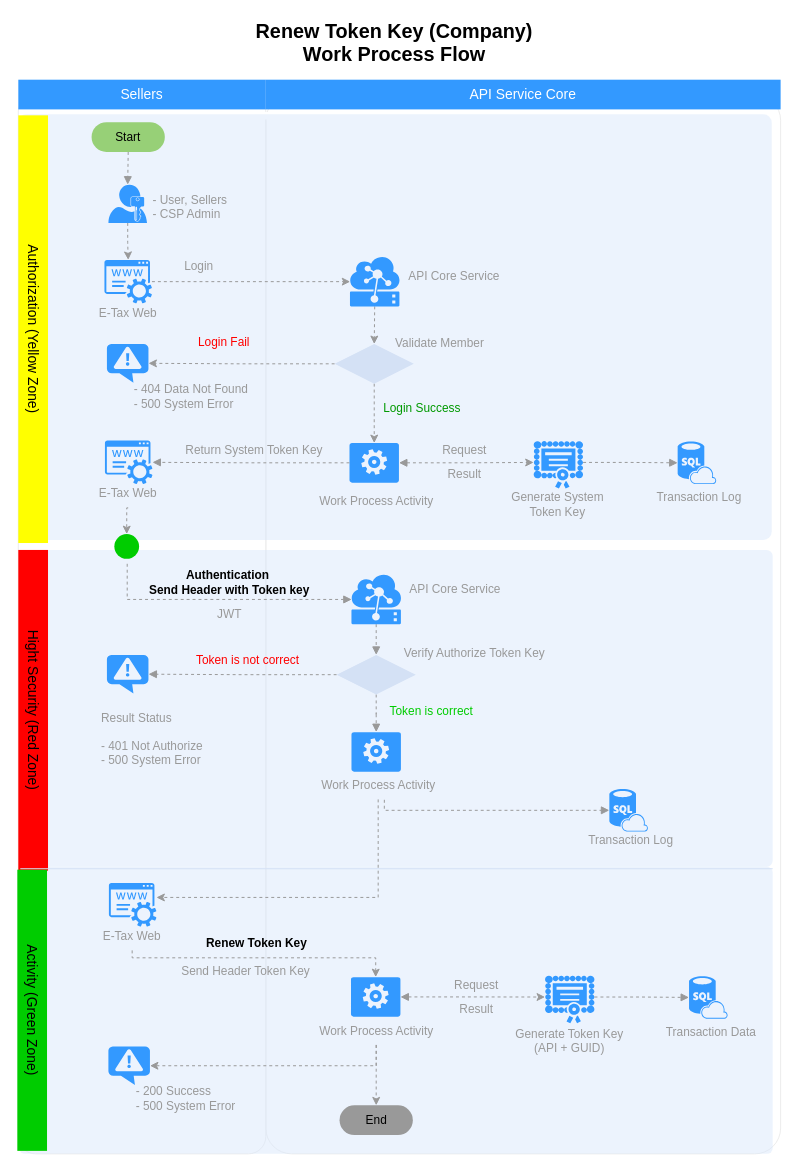
nirawat/eTax keeps this draw.io diagram as Register Renew Token-Key.drawio. Above is the earlier version. Source tidied: cells renumbered, new cells numbered last; positions are measured from the earlier drawing's top-left corner, leaving out a move shared by most shapes. Both pictures are drawn from the tidied source at 99%, with x=0, y=0 at pixel (-181, 17).
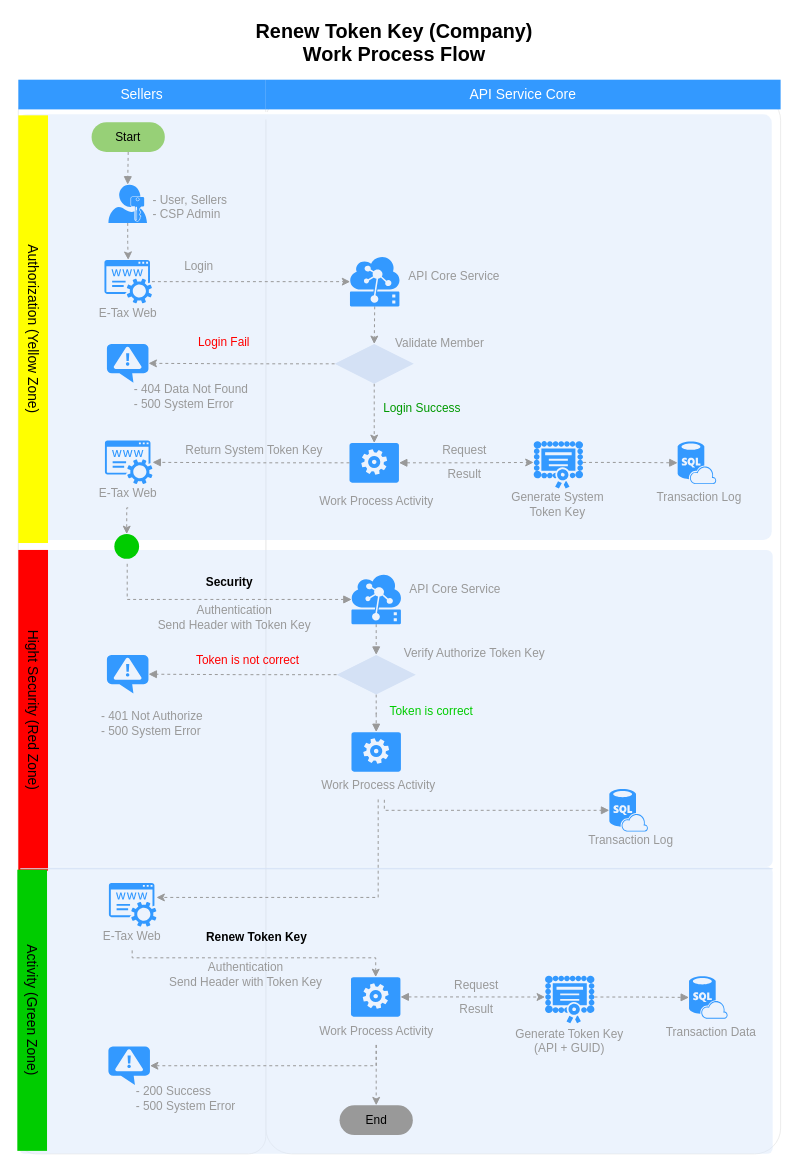
The same diagram, later.

Diff of the diagram source:
```diff
@@
-    <mxCell id="12" value="Result Status&lt;br&gt;&lt;br&gt;- 401 Not Authorize&lt;br&gt;- 500 System Error&lt;br&gt;" style="text;html=1;strokeColor=none;fillColor=none;align=left;verticalAlign=middle;whiteSpace=wrap;rounded=0;fontSize=12;fontColor=#999999;" parent="1" vertex="1">
-      <mxGeometry x="283" y="690" width="143" height="77" as="geometry" />
+    <mxCell id="12" value="- 401 Not Authorize&lt;br&gt;- 500 System Error&lt;br&gt;" style="text;html=1;strokeColor=none;fillColor=none;align=left;verticalAlign=middle;whiteSpace=wrap;rounded=0;fontSize=12;fontColor=#999999;" parent="1" vertex="1">
+      <mxGeometry x="283" y="690" width="143" height="46" as="geometry" />
     </mxCell>
@@
-    <mxCell id="46" value="Authentication&amp;nbsp;&lt;br&gt;Send Header with Token key&lt;br&gt;" style="text;html=1;strokeColor=none;fillColor=none;align=center;verticalAlign=middle;whiteSpace=wrap;rounded=0;fontSize=12;fontColor=#000000;fontStyle=1;" parent="1" vertex="1">
+    <mxCell id="46" value="Security" style="text;html=1;strokeColor=none;fillColor=none;align=center;verticalAlign=middle;whiteSpace=wrap;rounded=0;fontSize=12;fontColor=#000000;fontStyle=1;" parent="1" vertex="1">
       <mxGeometry x="318" y="554" width="193" height="34" as="geometry" />
     </mxCell>
@@
     <mxCell id="80" value="Renew Token Key&lt;br&gt;" style="text;html=1;strokeColor=none;fillColor=none;align=center;verticalAlign=middle;whiteSpace=wrap;rounded=0;fontSize=12;fontColor=#000000;fontStyle=1;" parent="1" vertex="1">
-      <mxGeometry x="358" y="927.5" width="168" height="16" as="geometry" />
+      <mxGeometry x="358" y="915" width="168" height="29" as="geometry" />
     </mxCell>
@@
-    <mxCell id="101" value="JWT" style="text;html=1;strokeColor=none;fillColor=none;align=center;verticalAlign=middle;whiteSpace=wrap;rounded=0;fontSize=12;fontColor=#999999;" parent="1" vertex="1">
-      <mxGeometry x="364" y="588" width="101" height="29" as="geometry" />
+    <mxCell id="101" value="&lt;span&gt;Authentication&lt;/span&gt;&lt;br&gt;&lt;span&gt;Send Header with Token Key&lt;/span&gt;" style="text;html=1;strokeColor=none;fillColor=none;align=center;verticalAlign=middle;whiteSpace=wrap;rounded=0;fontSize=12;fontColor=#999999;" parent="1" vertex="1">
+      <mxGeometry x="317" y="588" width="205" height="36" as="geometry" />
     </mxCell>
-    <mxCell id="102" value="Send Header Token Key" style="text;html=1;strokeColor=none;fillColor=none;align=center;verticalAlign=middle;whiteSpace=wrap;rounded=0;fontSize=12;fontColor=#999999;" parent="1" vertex="1">
-      <mxGeometry x="336" y="949" width="190" height="29" as="geometry" />
+    <mxCell id="102" value="&lt;span&gt;Authentication&lt;/span&gt;&lt;br&gt;&lt;span&gt;Send Header with Token Key&lt;/span&gt;" style="text;html=1;strokeColor=none;fillColor=none;align=center;verticalAlign=middle;whiteSpace=wrap;rounded=0;fontSize=12;fontColor=#999999;" parent="1" vertex="1">
+      <mxGeometry x="336" y="949" width="190" height="35" as="geometry" />
     </mxCell>
```
